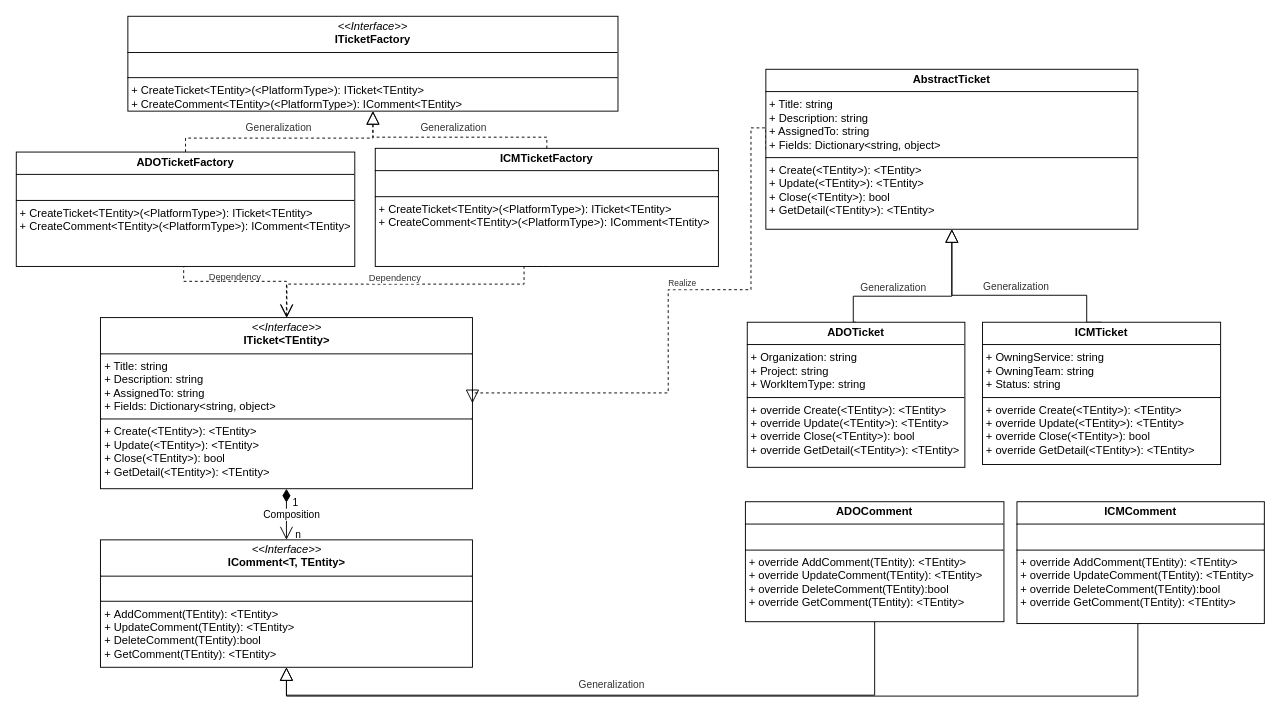
Earlier version of the draw.io diagram page "Page-10" (10 of 10) of 2.drawio (hy986/Repo_0110). Source tidied: cells renumbered, new cells numbered last; positions are measured from the earlier drawing's top-left corner, leaving out a move shared by most shapes. Both pictures are drawn from the tidied source at 93%, with x=0, y=0 at pixel (16, 16).
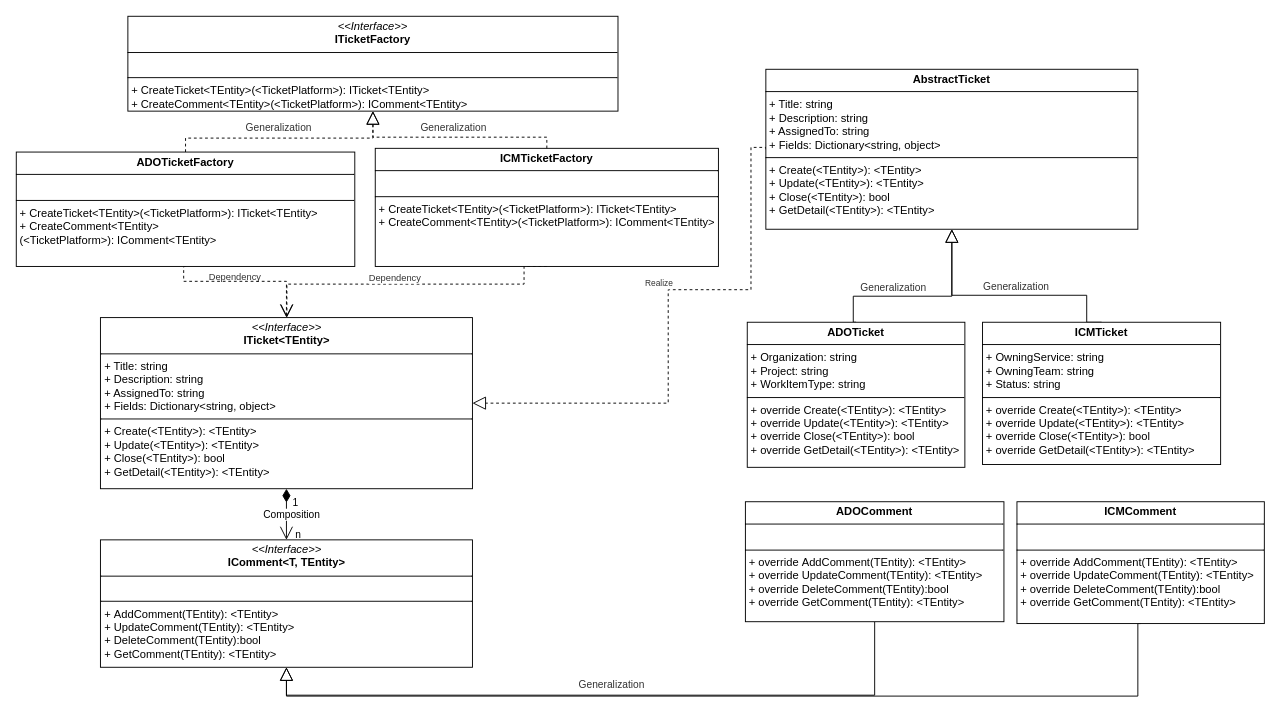
Above is the later version.

Unchanged cells that the change refers to:
```xml
<mxCell id="6" value="&lt;p style=&quot;margin:0px;margin-top:4px;text-align:center;&quot;&gt;&lt;i&gt;&amp;lt;&amp;lt;Interface&amp;gt;&amp;gt;&lt;/i&gt;&lt;br&gt;&lt;b&gt;ITicket&amp;lt;TEntity&amp;gt;&lt;/b&gt;&lt;/p&gt;&lt;hr size=&quot;1&quot; style=&quot;border-style:solid;&quot;&gt;&lt;p style=&quot;margin:0px;margin-left:4px;&quot;&gt;+ Title: string&lt;br&gt;+ Description: string&lt;/p&gt;&lt;p style=&quot;margin:0px;margin-left:4px;&quot;&gt;+ AssignedTo: string&lt;/p&gt;&lt;p style=&quot;margin:0px;margin-left:4px;&quot;&gt;+ Fields: Dictionary&amp;lt;string, object&amp;gt;&lt;/p&gt;&lt;hr size=&quot;1&quot; style=&quot;border-style:solid;&quot;&gt;&lt;p style=&quot;margin:0px;margin-left:4px;&quot;&gt;+ Create(&amp;lt;&lt;span style=&quot;text-align: center;&quot;&gt;TEntity&lt;/span&gt;&amp;gt;&lt;span style=&quot;background-color: initial;&quot;&gt;): &amp;lt;&lt;/span&gt;&lt;span style=&quot;text-align: center;&quot;&gt;TEntity&lt;/span&gt;&lt;span style=&quot;background-color: initial;&quot;&gt;&amp;gt;&lt;/span&gt;&lt;/p&gt;&lt;p style=&quot;margin:0px;margin-left:4px;&quot;&gt;+ Update(&amp;lt;&lt;span style=&quot;text-align: center;&quot;&gt;TEntity&lt;/span&gt;&amp;gt;):&amp;nbsp;&lt;span style=&quot;background-color: initial;&quot;&gt;&amp;lt;&lt;/span&gt;&lt;span style=&quot;text-align: center;&quot;&gt;TEntity&lt;/span&gt;&lt;span style=&quot;background-color: initial;&quot;&gt;&amp;gt;&lt;/span&gt;&lt;/p&gt;&lt;p style=&quot;margin:0px;margin-left:4px;&quot;&gt;+&amp;nbsp;Close(&lt;span style=&quot;background-color: initial;&quot;&gt;&amp;lt;&lt;/span&gt;TEntity&lt;span style=&quot;background-color: initial;&quot;&gt;&amp;gt;&lt;/span&gt;&lt;span style=&quot;background-color: initial;&quot;&gt;): bool&lt;/span&gt;&lt;/p&gt;&lt;p style=&quot;margin:0px;margin-left:4px;&quot;&gt;+ GetDetail(&lt;span style=&quot;background-color: initial;&quot;&gt;&amp;lt;&lt;/span&gt;TEntity&lt;span style=&quot;background-color: initial;&quot;&gt;&amp;gt;&lt;/span&gt;&lt;span style=&quot;background-color: initial;&quot;&gt;): &amp;lt;&lt;/span&gt;&lt;span style=&quot;text-align: center;&quot;&gt;TEntity&lt;/span&gt;&lt;span style=&quot;background-color: initial;&quot;&gt;&amp;gt;&lt;/span&gt;&lt;/p&gt;" style="verticalAlign=top;align=left;overflow=fill;html=1;whiteSpace=wrap;" parent="1" vertex="1">
  <mxGeometry x="90.5" y="324" width="400" height="184" as="geometry" />
</mxCell>
<mxCell id="9" value="&lt;p style=&quot;margin:0px;margin-top:4px;text-align:center;&quot;&gt;&lt;b&gt;AbstractTicket&lt;/b&gt;&lt;/p&gt;&lt;hr size=&quot;1&quot; style=&quot;border-style:solid;&quot;&gt;&lt;p style=&quot;margin: 0px 0px 0px 4px;&quot;&gt;+ Title: string&lt;br&gt;+ Description: string&lt;/p&gt;&lt;p style=&quot;margin: 0px 0px 0px 4px;&quot;&gt;+ AssignedTo: string&lt;/p&gt;&lt;p style=&quot;margin: 0px 0px 0px 4px;&quot;&gt;+ Fields: Dictionary&amp;lt;string, object&amp;gt;&lt;/p&gt;&lt;hr size=&quot;1&quot; style=&quot;border-style:solid;&quot;&gt;&lt;p style=&quot;margin: 0px 0px 0px 4px;&quot;&gt;+ Create(&amp;lt;&lt;span style=&quot;text-align: center;&quot;&gt;TEntity&lt;/span&gt;&amp;gt;&lt;span style=&quot;background-color: initial;&quot;&gt;): &amp;lt;&lt;/span&gt;&lt;span style=&quot;text-align: center;&quot;&gt;TEntity&lt;/span&gt;&lt;span style=&quot;background-color: initial;&quot;&gt;&amp;gt;&lt;/span&gt;&lt;/p&gt;&lt;p style=&quot;margin: 0px 0px 0px 4px;&quot;&gt;+ Update(&amp;lt;&lt;span style=&quot;text-align: center;&quot;&gt;TEntity&lt;/span&gt;&amp;gt;):&amp;nbsp;&lt;span style=&quot;background-color: initial;&quot;&gt;&amp;lt;&lt;/span&gt;&lt;span style=&quot;text-align: center;&quot;&gt;TEntity&lt;/span&gt;&lt;span style=&quot;background-color: initial;&quot;&gt;&amp;gt;&lt;/span&gt;&lt;/p&gt;&lt;p style=&quot;margin: 0px 0px 0px 4px;&quot;&gt;+&amp;nbsp;Close(&lt;span style=&quot;background-color: initial;&quot;&gt;&amp;lt;&lt;/span&gt;TEntity&lt;span style=&quot;background-color: initial;&quot;&gt;&amp;gt;&lt;/span&gt;&lt;span style=&quot;background-color: initial;&quot;&gt;): bool&lt;/span&gt;&lt;/p&gt;&lt;p style=&quot;margin: 0px 0px 0px 4px;&quot;&gt;+ GetDetail(&lt;span style=&quot;background-color: initial;&quot;&gt;&amp;lt;&lt;/span&gt;TEntity&lt;span style=&quot;background-color: initial;&quot;&gt;&amp;gt;&lt;/span&gt;&lt;span style=&quot;background-color: initial;&quot;&gt;): &amp;lt;&lt;/span&gt;&lt;span style=&quot;text-align: center;&quot;&gt;TEntity&lt;/span&gt;&lt;span style=&quot;background-color: initial;&quot;&gt;&amp;gt;&lt;/span&gt;&lt;/p&gt;" style="verticalAlign=top;align=left;overflow=fill;html=1;whiteSpace=wrap;" parent="1" vertex="1">
  <mxGeometry x="806" y="57" width="400" height="172" as="geometry" />
</mxCell>
```

Change to the diagram source:
```diff
@@
     <mxCell id="7" style="edgeStyle=orthogonalEdgeStyle;rounded=0;jettySize=auto;html=1;exitX=0;exitY=0.5;exitDx=0;exitDy=0;endArrow=block;endFill=0;dashed=1;endSize=12;entryX=1;entryY=0.5;entryDx=0;entryDy=0;" parent="1" edge="1" source="9" target="6">
       <mxGeometry relative="1" as="geometry">
         <Array as="points">
-          <mxPoint x="790" y="120" />
+          <mxPoint x="806" y="141" />
+          <mxPoint x="790" y="141" />
           <mxPoint x="790" y="294" />
           <mxPoint x="701" y="294" />
-          <mxPoint x="701" y="405" />
+          <mxPoint x="701" y="416" />
         </Array>
       </mxGeometry>
     </mxCell>
@@
-    <mxCell id="13" value="&lt;p style=&quot;margin:0px;margin-top:4px;text-align:center;&quot;&gt;&lt;i&gt;&amp;lt;&amp;lt;Interface&amp;gt;&amp;gt;&lt;/i&gt;&lt;br&gt;&lt;b&gt;ITicketFactory&lt;/b&gt;&lt;/p&gt;&lt;hr size=&quot;1&quot; style=&quot;border-style:solid;&quot;&gt;&lt;p style=&quot;margin:0px;margin-left:4px;&quot;&gt;&lt;br&gt;&lt;/p&gt;&lt;hr size=&quot;1&quot; style=&quot;border-style:solid;&quot;&gt;&lt;p style=&quot;margin:0px;margin-left:4px;&quot;&gt;+ CreateTicket&lt;span style=&quot;background-color: initial;&quot;&gt;&amp;lt;T&lt;/span&gt;&lt;span style=&quot;background-color: initial;&quot;&gt;Entity&amp;gt;&lt;/span&gt;&lt;span style=&quot;background-color: initial;&quot;&gt;(&amp;lt;P&lt;/span&gt;latformType&lt;span style=&quot;background-color: initial;&quot;&gt;&amp;gt;):&amp;nbsp;&lt;/span&gt;&lt;span style=&quot;background-color: initial;&quot; class=&quot;hljs-title&quot;&gt;ITicket&lt;/span&gt;&lt;span style=&quot;background-color: initial;&quot;&gt;&amp;lt;&lt;/span&gt;&lt;span style=&quot;background-color: initial;&quot; class=&quot;hljs-title&quot;&gt;TEntity&lt;/span&gt;&lt;span style=&quot;background-color: initial;&quot;&gt;&amp;gt;&lt;/span&gt;&lt;/p&gt;&lt;p style=&quot;margin:0px;margin-left:4px;&quot;&gt;+ CreateComment&lt;span style=&quot;background-color: initial;&quot;&gt;&amp;lt;&lt;/span&gt;&lt;span style=&quot;background-color: initial;&quot;&gt;TEntity&amp;gt;&lt;/span&gt;&lt;span style=&quot;background-color: initial;&quot;&gt;(&amp;lt;&lt;/span&gt;&lt;span style=&quot;background-color: initial;&quot;&gt;P&lt;/span&gt;latformType&lt;span style=&quot;background-color: initial;&quot;&gt;&amp;gt;):&amp;nbsp;&lt;/span&gt;&lt;span style=&quot;background-color: initial;&quot; class=&quot;hljs-title&quot;&gt;IComment&lt;/span&gt;&lt;span style=&quot;background-color: initial;&quot;&gt;&amp;lt;&lt;/span&gt;&lt;span style=&quot;background-color: initial;&quot; class=&quot;hljs-title&quot;&gt;TEntity&lt;/span&gt;&lt;span style=&quot;background-color: initial;&quot;&gt;&amp;gt;&lt;/span&gt;&lt;/p&gt;" style="verticalAlign=top;align=left;overflow=fill;html=1;whiteSpace=wrap;fillColor=default;rounded=0;fillStyle=auto;strokeColor=default;" parent="1" vertex="1">
+    <mxCell id="13" value="&lt;p style=&quot;margin:0px;margin-top:4px;text-align:center;&quot;&gt;&lt;i&gt;&amp;lt;&amp;lt;Interface&amp;gt;&amp;gt;&lt;/i&gt;&lt;br&gt;&lt;b&gt;ITicketFactory&lt;/b&gt;&lt;/p&gt;&lt;hr size=&quot;1&quot; style=&quot;border-style:solid;&quot;&gt;&lt;p style=&quot;margin:0px;margin-left:4px;&quot;&gt;&lt;br&gt;&lt;/p&gt;&lt;hr size=&quot;1&quot; style=&quot;border-style:solid;&quot;&gt;&lt;p style=&quot;margin:0px;margin-left:4px;&quot;&gt;+ CreateTicket&lt;span style=&quot;background-color: initial;&quot;&gt;&amp;lt;T&lt;/span&gt;&lt;span style=&quot;background-color: initial;&quot;&gt;Entity&amp;gt;&lt;/span&gt;&lt;span style=&quot;background-color: initial;&quot;&gt;(&amp;lt;&lt;/span&gt;&lt;span style=&quot;background-color: initial;&quot;&gt;TicketPlatform&amp;gt;):&amp;nbsp;&lt;/span&gt;&lt;span style=&quot;background-color: initial;&quot; class=&quot;hljs-title&quot;&gt;ITicket&lt;/span&gt;&lt;span style=&quot;background-color: initial;&quot;&gt;&amp;lt;&lt;/span&gt;&lt;span style=&quot;background-color: initial;&quot; class=&quot;hljs-title&quot;&gt;TEntity&lt;/span&gt;&lt;span style=&quot;background-color: initial;&quot;&gt;&amp;gt;&lt;/span&gt;&lt;/p&gt;&lt;p style=&quot;margin:0px;margin-left:4px;&quot;&gt;+ CreateComment&lt;span style=&quot;background-color: initial;&quot;&gt;&amp;lt;&lt;/span&gt;&lt;span style=&quot;background-color: initial;&quot;&gt;TEntity&amp;gt;&lt;/span&gt;&lt;span style=&quot;background-color: initial;&quot;&gt;(&amp;lt;&lt;/span&gt;TicketPlatform&lt;span style=&quot;background-color: initial;&quot;&gt;&amp;gt;):&amp;nbsp;&lt;/span&gt;&lt;span style=&quot;background-color: initial;&quot; class=&quot;hljs-title&quot;&gt;IComment&lt;/span&gt;&lt;span style=&quot;background-color: initial;&quot;&gt;&amp;lt;&lt;/span&gt;&lt;span style=&quot;background-color: initial;&quot; class=&quot;hljs-title&quot;&gt;TEntity&lt;/span&gt;&lt;span style=&quot;background-color: initial;&quot;&gt;&amp;gt;&lt;/span&gt;&lt;/p&gt;" style="verticalAlign=top;align=left;overflow=fill;html=1;whiteSpace=wrap;fillColor=default;rounded=0;fillStyle=auto;strokeColor=default;" parent="1" vertex="1">
       <mxGeometry x="120" width="527" height="102" as="geometry" />
     </mxCell>
@@
-    <mxCell id="20" value="&lt;p style=&quot;margin:0px;margin-top:4px;text-align:center;&quot;&gt;&lt;b&gt;ICMTicketFactory&lt;/b&gt;&lt;/p&gt;&lt;hr size=&quot;1&quot; style=&quot;border-style:solid;&quot;&gt;&lt;p style=&quot;margin:0px;margin-left:4px;&quot;&gt;&lt;br&gt;&lt;/p&gt;&lt;hr size=&quot;1&quot; style=&quot;border-style:solid;&quot;&gt;&lt;p style=&quot;margin: 0px 0px 0px 4px;&quot;&gt;+ CreateTicket&lt;span style=&quot;background-color: initial;&quot;&gt;&amp;lt;&lt;/span&gt;&lt;span style=&quot;background-color: initial;&quot;&gt;TEntity&amp;gt;&lt;/span&gt;&lt;span style=&quot;background-color: initial;&quot;&gt;(&lt;/span&gt;&amp;lt;&lt;span style=&quot;background-color: initial;&quot;&gt;P&lt;/span&gt;latformType&amp;gt;&lt;span style=&quot;background-color: initial;&quot;&gt;):&amp;nbsp;&lt;/span&gt;&lt;span style=&quot;background-color: initial;&quot; class=&quot;hljs-title&quot;&gt;ITicket&lt;/span&gt;&lt;span style=&quot;background-color: initial;&quot;&gt;&amp;lt;&lt;/span&gt;&lt;span style=&quot;background-color: initial;&quot; class=&quot;hljs-title&quot;&gt;TEntity&lt;/span&gt;&lt;span style=&quot;background-color: initial;&quot;&gt;&amp;gt;&lt;/span&gt;&lt;/p&gt;&lt;p style=&quot;margin: 0px 0px 0px 4px;&quot;&gt;+ CreateComment&lt;span style=&quot;background-color: initial;&quot;&gt;&amp;lt;&lt;/span&gt;&lt;span style=&quot;background-color: initial;&quot;&gt;TEntity&amp;gt;&lt;/span&gt;&lt;span style=&quot;background-color: initial;&quot;&gt;(&amp;lt;&lt;/span&gt;&lt;span style=&quot;background-color: initial;&quot;&gt;P&lt;/span&gt;latformType&lt;span style=&quot;background-color: initial;&quot;&gt;&amp;gt;):&amp;nbsp;&lt;/span&gt;&lt;span style=&quot;background-color: initial;&quot; class=&quot;hljs-title&quot;&gt;IComment&lt;/span&gt;&lt;span style=&quot;background-color: initial;&quot;&gt;&amp;lt;&lt;/span&gt;&lt;span style=&quot;background-color: initial;&quot; class=&quot;hljs-title&quot;&gt;TEntity&lt;/span&gt;&lt;span style=&quot;background-color: initial;&quot;&gt;&amp;gt;&lt;/span&gt;&lt;span style=&quot;background-color: initial;&quot;&gt;&lt;/span&gt;&lt;/p&gt;" style="verticalAlign=top;align=left;overflow=fill;html=1;whiteSpace=wrap;" parent="1" vertex="1">
+    <mxCell id="20" value="&lt;p style=&quot;margin:0px;margin-top:4px;text-align:center;&quot;&gt;&lt;b&gt;ICMTicketFactory&lt;/b&gt;&lt;/p&gt;&lt;hr size=&quot;1&quot; style=&quot;border-style:solid;&quot;&gt;&lt;p style=&quot;margin:0px;margin-left:4px;&quot;&gt;&lt;br&gt;&lt;/p&gt;&lt;hr size=&quot;1&quot; style=&quot;border-style:solid;&quot;&gt;&lt;p style=&quot;margin: 0px 0px 0px 4px;&quot;&gt;+ CreateTicket&lt;span style=&quot;background-color: initial;&quot;&gt;&amp;lt;&lt;/span&gt;&lt;span style=&quot;background-color: initial;&quot;&gt;TEntity&amp;gt;&lt;/span&gt;&lt;span style=&quot;background-color: initial;&quot;&gt;(&lt;/span&gt;&amp;lt;TicketPlatform&amp;gt;&lt;span style=&quot;background-color: initial;&quot;&gt;):&amp;nbsp;&lt;/span&gt;&lt;span style=&quot;background-color: initial;&quot; class=&quot;hljs-title&quot;&gt;ITicket&lt;/span&gt;&lt;span style=&quot;background-color: initial;&quot;&gt;&amp;lt;&lt;/span&gt;&lt;span style=&quot;background-color: initial;&quot; class=&quot;hljs-title&quot;&gt;TEntity&lt;/span&gt;&lt;span style=&quot;background-color: initial;&quot;&gt;&amp;gt;&lt;/span&gt;&lt;/p&gt;&lt;p style=&quot;margin: 0px 0px 0px 4px;&quot;&gt;+ CreateComment&lt;span style=&quot;background-color: initial;&quot;&gt;&amp;lt;&lt;/span&gt;&lt;span style=&quot;background-color: initial;&quot;&gt;TEntity&amp;gt;&lt;/span&gt;&lt;span style=&quot;background-color: initial;&quot;&gt;(&amp;lt;&lt;/span&gt;TicketPlatform&lt;span style=&quot;background-color: initial;&quot;&gt;&amp;gt;):&amp;nbsp;&lt;/span&gt;&lt;span style=&quot;background-color: initial;&quot; class=&quot;hljs-title&quot;&gt;IComment&lt;/span&gt;&lt;span style=&quot;background-color: initial;&quot;&gt;&amp;lt;&lt;/span&gt;&lt;span style=&quot;background-color: initial;&quot; class=&quot;hljs-title&quot;&gt;TEntity&lt;/span&gt;&lt;span style=&quot;background-color: initial;&quot;&gt;&amp;gt;&lt;/span&gt;&lt;span style=&quot;background-color: initial;&quot;&gt;&lt;/span&gt;&lt;/p&gt;" style="verticalAlign=top;align=left;overflow=fill;html=1;whiteSpace=wrap;" parent="1" vertex="1">
       <mxGeometry x="386" y="142" width="369" height="127" as="geometry" />
     </mxCell>
@@
-    <mxCell id="25" value="&lt;p style=&quot;margin:0px;margin-top:4px;text-align:center;&quot;&gt;&lt;b&gt;ADOTicketFactory&lt;/b&gt;&lt;/p&gt;&lt;hr size=&quot;1&quot; style=&quot;border-style:solid;&quot;&gt;&lt;p style=&quot;margin:0px;margin-left:4px;&quot;&gt;&lt;br&gt;&lt;/p&gt;&lt;hr size=&quot;1&quot; style=&quot;border-style:solid;&quot;&gt;&lt;p style=&quot;margin: 0px 0px 0px 4px;&quot;&gt;+ CreateTicket&lt;span style=&quot;background-color: initial;&quot;&gt;&amp;lt;&lt;/span&gt;&lt;span style=&quot;background-color: initial;&quot;&gt;TEntity&amp;gt;&lt;/span&gt;&lt;span style=&quot;background-color: initial;&quot;&gt;(&lt;/span&gt;&amp;lt;&lt;span style=&quot;background-color: initial;&quot;&gt;P&lt;/span&gt;latformType&amp;gt;&lt;span style=&quot;background-color: initial;&quot;&gt;):&amp;nbsp;&lt;/span&gt;&lt;span style=&quot;background-color: initial;&quot; class=&quot;hljs-title&quot;&gt;ITicket&lt;/span&gt;&lt;span style=&quot;background-color: initial;&quot;&gt;&amp;lt;&lt;/span&gt;&lt;span style=&quot;background-color: initial;&quot; class=&quot;hljs-title&quot;&gt;TEntity&lt;/span&gt;&lt;span style=&quot;background-color: initial;&quot;&gt;&amp;gt;&lt;/span&gt;&lt;/p&gt;&lt;p style=&quot;margin: 0px 0px 0px 4px;&quot;&gt;+ CreateComment&lt;span style=&quot;background-color: initial;&quot;&gt;&amp;lt;&lt;/span&gt;&lt;span style=&quot;background-color: initial;&quot;&gt;TEntity&amp;gt;&lt;/span&gt;&lt;span style=&quot;background-color: initial;&quot;&gt;(&amp;lt;&lt;/span&gt;&lt;span style=&quot;background-color: initial;&quot;&gt;P&lt;/span&gt;latformType&lt;span style=&quot;background-color: initial;&quot;&gt;&amp;gt;):&amp;nbsp;&lt;/span&gt;&lt;span style=&quot;background-color: initial;&quot; class=&quot;hljs-title&quot;&gt;IComment&lt;/span&gt;&lt;span style=&quot;background-color: initial;&quot;&gt;&amp;lt;&lt;/span&gt;&lt;span style=&quot;background-color: initial;&quot; class=&quot;hljs-title&quot;&gt;TEntity&lt;/span&gt;&lt;span style=&quot;background-color: initial;&quot;&gt;&amp;gt;&lt;/span&gt;&lt;span style=&quot;background-color: initial;&quot;&gt;&lt;/span&gt;&lt;/p&gt;" style="verticalAlign=top;align=left;overflow=fill;html=1;whiteSpace=wrap;" parent="1" vertex="1">
+    <mxCell id="25" value="&lt;p style=&quot;margin:0px;margin-top:4px;text-align:center;&quot;&gt;&lt;b&gt;ADOTicketFactory&lt;/b&gt;&lt;/p&gt;&lt;hr size=&quot;1&quot; style=&quot;border-style:solid;&quot;&gt;&lt;p style=&quot;margin:0px;margin-left:4px;&quot;&gt;&lt;br&gt;&lt;/p&gt;&lt;hr size=&quot;1&quot; style=&quot;border-style:solid;&quot;&gt;&lt;p style=&quot;margin: 0px 0px 0px 4px;&quot;&gt;+ CreateTicket&lt;span style=&quot;background-color: initial;&quot;&gt;&amp;lt;&lt;/span&gt;&lt;span style=&quot;background-color: initial;&quot;&gt;TEntity&amp;gt;&lt;/span&gt;&lt;span style=&quot;background-color: initial;&quot;&gt;(&lt;/span&gt;&amp;lt;TicketPlatform&amp;gt;&lt;span style=&quot;background-color: initial;&quot;&gt;):&amp;nbsp;&lt;/span&gt;&lt;span style=&quot;background-color: initial;&quot; class=&quot;hljs-title&quot;&gt;ITicket&lt;/span&gt;&lt;span style=&quot;background-color: initial;&quot;&gt;&amp;lt;&lt;/span&gt;&lt;span style=&quot;background-color: initial;&quot; class=&quot;hljs-title&quot;&gt;TEntity&lt;/span&gt;&lt;span style=&quot;background-color: initial;&quot;&gt;&amp;gt;&lt;/span&gt;&lt;/p&gt;&lt;p style=&quot;margin: 0px 0px 0px 4px;&quot;&gt;+ CreateComment&lt;span style=&quot;background-color: initial;&quot;&gt;&amp;lt;&lt;/span&gt;&lt;span style=&quot;background-color: initial;&quot;&gt;TEntity&amp;gt;&lt;/span&gt;&lt;span style=&quot;background-color: initial;&quot;&gt;(&amp;lt;&lt;/span&gt;TicketPlatform&lt;span style=&quot;background-color: initial;&quot;&gt;&amp;gt;):&amp;nbsp;&lt;/span&gt;&lt;span style=&quot;background-color: initial;&quot; class=&quot;hljs-title&quot;&gt;IComment&lt;/span&gt;&lt;span style=&quot;background-color: initial;&quot;&gt;&amp;lt;&lt;/span&gt;&lt;span style=&quot;background-color: initial;&quot; class=&quot;hljs-title&quot;&gt;TEntity&lt;/span&gt;&lt;span style=&quot;background-color: initial;&quot;&gt;&amp;gt;&lt;/span&gt;&lt;span style=&quot;background-color: initial;&quot;&gt;&lt;/span&gt;&lt;/p&gt;" style="verticalAlign=top;align=left;overflow=fill;html=1;whiteSpace=wrap;" parent="1" vertex="1">
       <mxGeometry y="146" width="364" height="123" as="geometry" />
     </mxCell>
```
